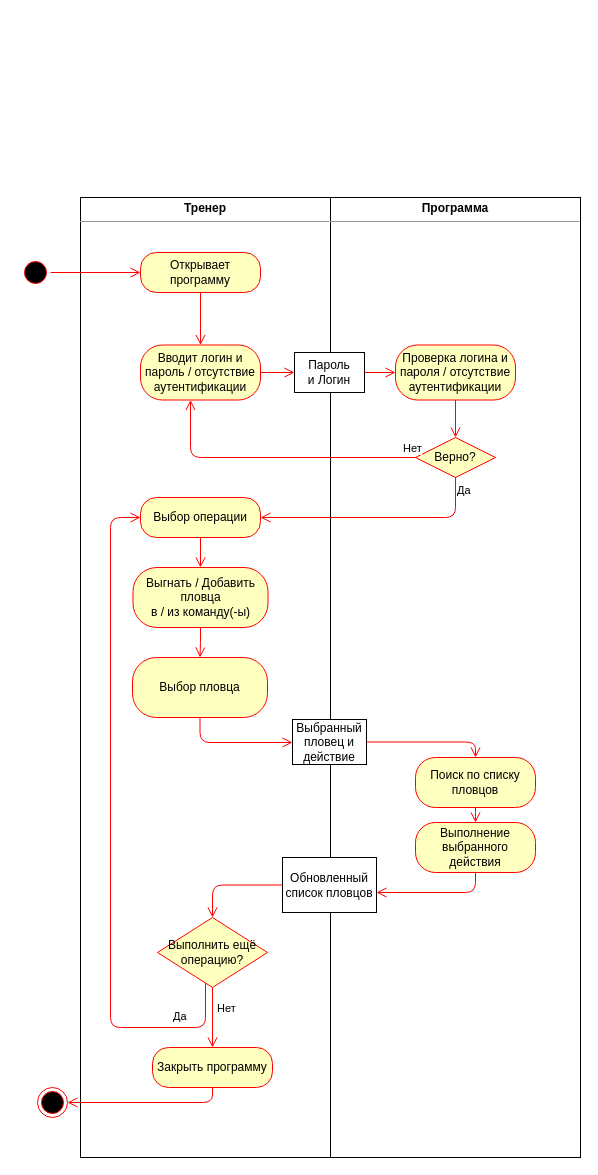
Above: page "Страница 3" (3 of 8) of business_process_diagram.drawio in hardlywave/PPVIS (draw.io), before the change. Source tidied: cells renumbered, new cells numbered last; positions are measured from the earlier drawing's top-left corner, leaving out a move shared by most shapes. Both pictures are drawn from the tidied source at 100%, with x=0, y=0 at pixel (20, 197).
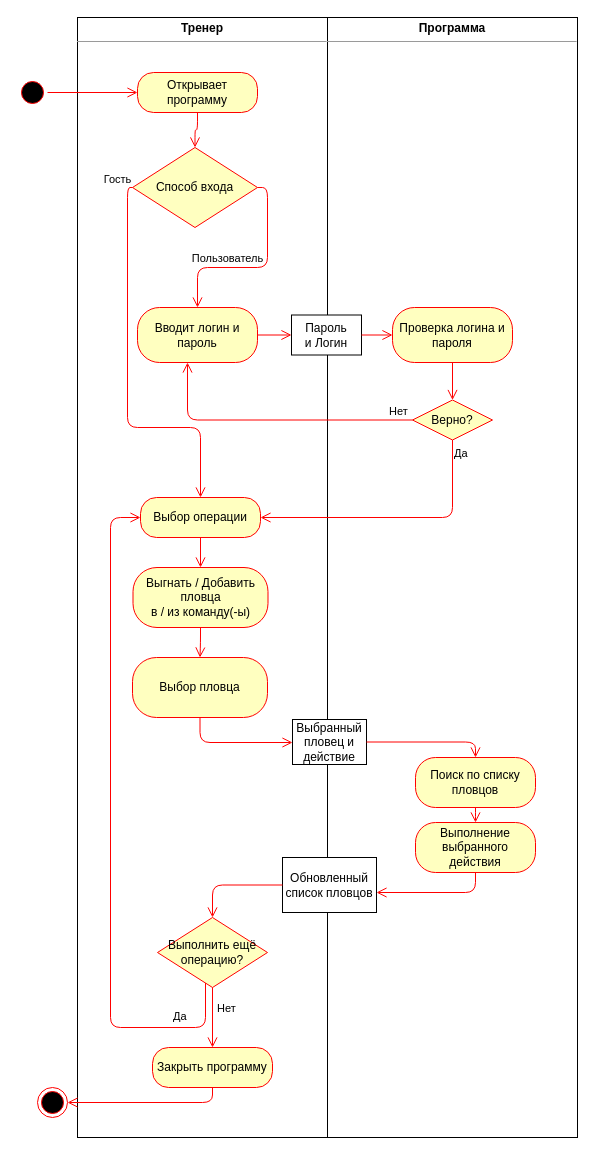
The same diagram, later.

Unchanged cells that the change refers to:
```xml
<mxCell id="15" value="Выбор операции" style="rounded=1;whiteSpace=wrap;html=1;arcSize=40;fontColor=#000000;fillColor=#ffffc0;strokeColor=#ff0000;" parent="1" vertex="1">
  <mxGeometry x="120" y="300" width="120" height="40" as="geometry" />
</mxCell>
```

The edit, as a diff of the source:
```diff
@@
     <mxCell id="2" value="&lt;p style=&quot;margin: 0px ; margin-top: 4px ; text-align: center&quot;&gt;&lt;b&gt;Тренер&lt;/b&gt;&lt;/p&gt;&lt;hr size=&quot;1&quot;&gt;&lt;div style=&quot;height: 2px&quot;&gt;&lt;/div&gt;" style="verticalAlign=top;align=left;overflow=fill;fontSize=12;fontFamily=Helvetica;html=1;" parent="1" vertex="1">
-      <mxGeometry x="60" width="250" height="960" as="geometry" />
+      <mxGeometry x="57" y="-180" width="250" height="1120" as="geometry" />
     </mxCell>
     <mxCell id="3" value="&lt;p style=&quot;margin: 0px ; margin-top: 4px ; text-align: center&quot;&gt;&lt;b&gt;Программа&lt;/b&gt;&lt;/p&gt;&lt;hr size=&quot;1&quot;&gt;&lt;div style=&quot;height: 2px&quot;&gt;&lt;/div&gt;" style="verticalAlign=top;align=left;overflow=fill;fontSize=12;fontFamily=Helvetica;html=1;" parent="1" vertex="1">
-      <mxGeometry x="310" width="250" height="960" as="geometry" />
+      <mxGeometry x="307" y="-180" width="250" height="1120" as="geometry" />
     </mxCell>
     <mxCell id="4" style="ellipse;html=1;shape=startState;fillColor=#000000;strokeColor=#ff0000;" parent="1" vertex="1">
-      <mxGeometry y="60" width="30" height="30" as="geometry" />
+      <mxGeometry x="-3" y="-120" width="30" height="30" as="geometry" />
     </mxCell>
@@
     <mxCell id="6" value="Открывает программу" style="rounded=1;whiteSpace=wrap;html=1;arcSize=40;fontColor=#000000;fillColor=#ffffc0;strokeColor=#ff0000;" parent="1" vertex="1">
-      <mxGeometry x="120" y="55" width="120" height="40" as="geometry" />
+      <mxGeometry x="117" y="-125" width="120" height="40" as="geometry" />
     </mxCell>
-    <mxCell id="7" style="edgeStyle=orthogonalEdgeStyle;html=1;verticalAlign=bottom;endArrow=open;endSize=8;strokeColor=#ff0000;entryX=0.5;entryY=0;entryDx=0;entryDy=0;" parent="1" edge="1" source="6" target="8">
+    <mxCell id="7" style="edgeStyle=orthogonalEdgeStyle;html=1;verticalAlign=bottom;endArrow=open;endSize=8;strokeColor=#ff0000;entryX=0.5;entryY=0;entryDx=0;entryDy=0;" parent="1" edge="1" source="6" target="42">
       <mxGeometry relative="1" as="geometry" />
     </mxCell>
-    <mxCell id="8" value="Вводит логин и пароль / отсутствие аутентификации" style="rounded=1;whiteSpace=wrap;html=1;arcSize=40;fontColor=#000000;fillColor=#ffffc0;strokeColor=#ff0000;" parent="1" vertex="1">
-      <mxGeometry x="120" y="147.5" width="120" height="55" as="geometry" />
-    </mxCell>
-    <mxCell id="9" style="edgeStyle=orthogonalEdgeStyle;html=1;verticalAlign=bottom;endArrow=open;endSize=8;strokeColor=#ff0000;entryX=0;entryY=0.5;entryDx=0;entryDy=0;" parent="1" edge="1" source="8" target="20">
-      <mxGeometry relative="1" as="geometry" />
-    </mxCell>
-    <mxCell id="10" value="Верно?" style="rhombus;whiteSpace=wrap;html=1;fillColor=#ffffc0;strokeColor=#ff0000;" parent="1" vertex="1">
-      <mxGeometry x="395" y="240" width="80" height="40" as="geometry" />
-    </mxCell>
-    <mxCell id="11" value="Нет" style="edgeStyle=orthogonalEdgeStyle;html=1;align=left;verticalAlign=bottom;endArrow=open;endSize=8;strokeColor=#ff0000;" parent="1" edge="1" source="10" target="8">
-      <mxGeometry x="-0.9" relative="1" as="geometry">
-        <Array as="points">
-          <mxPoint x="170" y="260" />
-        </Array>
-      </mxGeometry>
-    </mxCell>
-    <mxCell id="12" value="Да" style="edgeStyle=orthogonalEdgeStyle;html=1;align=left;verticalAlign=top;endArrow=open;endSize=8;strokeColor=#ff0000;entryX=1;entryY=0.5;entryDx=0;entryDy=0;exitX=0.5;exitY=1;exitDx=0;exitDy=0;" parent="1" edge="1" source="10" target="15">
-      <mxGeometry x="-1" relative="1" as="geometry" />
-    </mxCell>
-    <mxCell id="13" value="Проверка логина и пароля / отсутствие аутентификации" style="rounded=1;whiteSpace=wrap;html=1;arcSize=40;fontColor=#000000;fillColor=#ffffc0;strokeColor=#ff0000;" parent="1" vertex="1">
-      <mxGeometry x="375" y="147.5" width="120" height="55" as="geometry" />
-    </mxCell>
-    <mxCell id="14" style="edgeStyle=orthogonalEdgeStyle;html=1;verticalAlign=bottom;endArrow=open;endSize=8;strokeColor=#ff0000;exitX=0.5;exitY=1;exitDx=0;exitDy=0;" parent="1" edge="1" source="13" target="10">
-      <mxGeometry relative="1" as="geometry" />
-    </mxCell>
@@
-    <mxCell id="20" value="Пароль&lt;br&gt;и Логин" style="rounded=0;whiteSpace=wrap;html=1;" parent="1" vertex="1">
-      <mxGeometry x="274" y="155" width="70" height="40" as="geometry" />
-    </mxCell>
-    <mxCell id="21" style="edgeStyle=orthogonalEdgeStyle;html=1;verticalAlign=bottom;endArrow=open;endSize=8;strokeColor=#ff0000;entryX=0;entryY=0.5;entryDx=0;entryDy=0;exitX=1;exitY=0.5;exitDx=0;exitDy=0;" parent="1" edge="1" source="20" target="13">
-      <mxGeometry relative="1" as="geometry" />
-    </mxCell>
@@
+    <mxCell id="37" value="Вводит логин и пароль" style="rounded=1;whiteSpace=wrap;html=1;arcSize=40;fontColor=#000000;fillColor=#ffffc0;strokeColor=#ff0000;" parent="1" vertex="1">
+      <mxGeometry x="117" y="110" width="120" height="55" as="geometry" />
+    </mxCell>
+    <mxCell id="38" style="edgeStyle=orthogonalEdgeStyle;html=1;verticalAlign=bottom;endArrow=open;endSize=8;strokeColor=#ff0000;entryX=0;entryY=0.5;entryDx=0;entryDy=0;" parent="1" edge="1" source="37" target="20">
+      <mxGeometry relative="1" as="geometry" />
+    </mxCell>
+    <mxCell id="10" value="Верно?" style="rhombus;whiteSpace=wrap;html=1;fillColor=#ffffc0;strokeColor=#ff0000;" parent="1" vertex="1">
+      <mxGeometry x="392" y="202.5" width="80" height="40" as="geometry" />
+    </mxCell>
+    <mxCell id="11" value="Нет" style="edgeStyle=orthogonalEdgeStyle;html=1;align=left;verticalAlign=bottom;endArrow=open;endSize=8;strokeColor=#ff0000;" parent="1" edge="1" source="10" target="37">
+      <mxGeometry x="-0.82" relative="1" as="geometry">
+        <Array as="points">
+          <mxPoint x="167" y="222.5" />
+        </Array>
+      </mxGeometry>
+    </mxCell>
+    <mxCell id="12" value="Да" style="edgeStyle=orthogonalEdgeStyle;html=1;align=left;verticalAlign=top;endArrow=open;endSize=8;strokeColor=#ff0000;entryX=1;entryY=0.5;entryDx=0;entryDy=0;exitX=0.5;exitY=1;exitDx=0;exitDy=0;" parent="1" edge="1" source="10" target="15">
+      <mxGeometry x="-1" relative="1" as="geometry" />
+    </mxCell>
+    <mxCell id="39" value="Проверка логина и пароля" style="rounded=1;whiteSpace=wrap;html=1;arcSize=40;fontColor=#000000;fillColor=#ffffc0;strokeColor=#ff0000;" parent="1" vertex="1">
+      <mxGeometry x="372" y="110" width="120" height="55" as="geometry" />
+    </mxCell>
+    <mxCell id="40" style="edgeStyle=orthogonalEdgeStyle;html=1;verticalAlign=bottom;endArrow=open;endSize=8;strokeColor=#ff0000;exitX=0.5;exitY=1;exitDx=0;exitDy=0;" parent="1" edge="1" source="39" target="10">
+      <mxGeometry relative="1" as="geometry" />
+    </mxCell>
+    <mxCell id="20" value="Пароль&lt;br&gt;и Логин" style="rounded=0;whiteSpace=wrap;html=1;" parent="1" vertex="1">
+      <mxGeometry x="271" y="117.5" width="70" height="40" as="geometry" />
+    </mxCell>
+    <mxCell id="41" style="edgeStyle=orthogonalEdgeStyle;html=1;verticalAlign=bottom;endArrow=open;endSize=8;strokeColor=#ff0000;entryX=0;entryY=0.5;entryDx=0;entryDy=0;exitX=1;exitY=0.5;exitDx=0;exitDy=0;" parent="1" edge="1" source="20" target="39">
+      <mxGeometry relative="1" as="geometry" />
+    </mxCell>
+    <mxCell id="42" value="Способ входа" style="rhombus;whiteSpace=wrap;html=1;fillColor=#ffffc0;strokeColor=#ff0000;" parent="1" vertex="1">
+      <mxGeometry x="112" y="-50" width="125" height="80" as="geometry" />
+    </mxCell>
+    <mxCell id="43" value="Гость" style="edgeStyle=orthogonalEdgeStyle;html=1;verticalAlign=bottom;endArrow=open;endSize=8;strokeColor=#ff0000;entryX=0.5;entryY=0;entryDx=0;entryDy=0;" parent="1" edge="1" source="42" target="15">
+      <mxGeometry x="-0.97" y="-10" relative="1" as="geometry">
+        <Array as="points">
+          <mxPoint x="107" y="-10" />
+          <mxPoint x="107" y="230" />
+          <mxPoint x="180" y="230" />
+        </Array>
+      </mxGeometry>
+    </mxCell>
+    <mxCell id="44" value="Пользователь" style="edgeStyle=orthogonalEdgeStyle;html=1;verticalAlign=bottom;endArrow=open;endSize=8;strokeColor=#ff0000;exitX=1;exitY=0.5;exitDx=0;exitDy=0;" parent="1" edge="1" source="42" target="37">
+      <mxGeometry x="0.3" relative="1" as="geometry" />
+    </mxCell>
```
